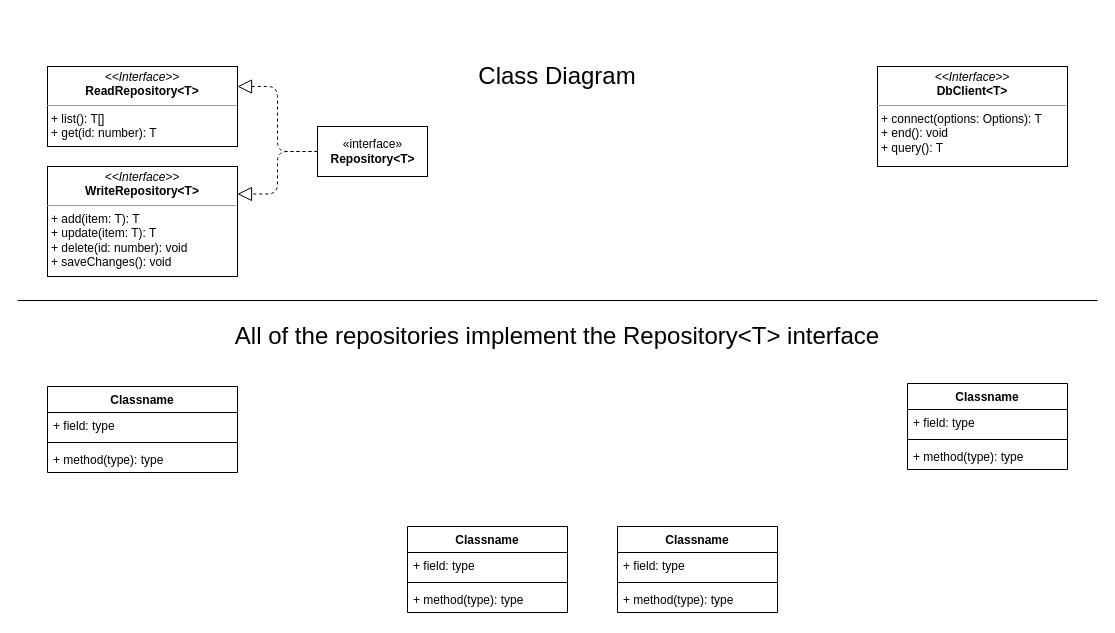
The draw.io diagram database/docs/class-diagram.drawio in vanister/inventory, before the edit. Source tidied: cells renumbered, new cells numbered last; positions are measured from the earlier drawing's top-left corner, leaving out a move shared by most shapes. Both pictures are drawn from the tidied source at 100%, with x=0, y=0 at pixel (17, 66).
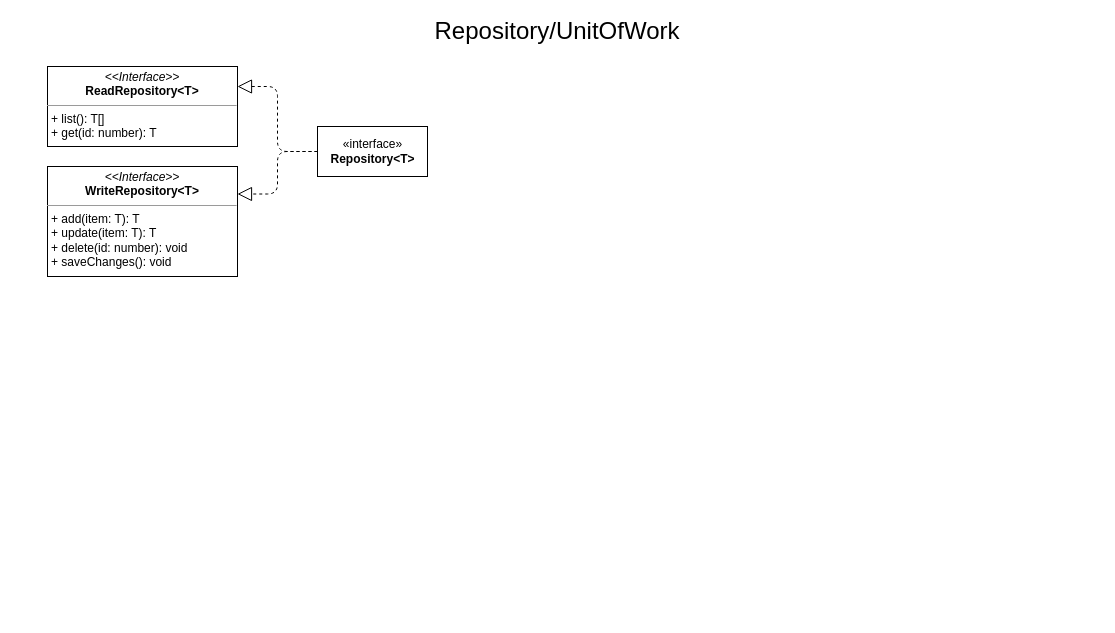
After the change.

Change to the diagram source:
```diff
@@
-    <mxCell id="4" value="Classname" style="swimlane;fontStyle=1;align=center;verticalAlign=top;horizontal=1;startSize=26;" parent="1" vertex="1">
-      <mxGeometry x="890" y="317" width="160" height="86" as="geometry" />
-    </mxCell>
-    <mxCell id="5" value="+ field: type" style="text;strokeColor=none;fillColor=none;align=left;verticalAlign=top;spacingLeft=4;spacingRight=4;overflow=hidden;" parent="4" vertex="1">
-      <mxGeometry y="26" width="160" height="26" as="geometry" />
-    </mxCell>
-    <mxCell id="6" style="line;strokeWidth=1;fillColor=none;align=left;verticalAlign=middle;spacingTop=-1;spacingLeft=3;spacingRight=3;labelPosition=right;" parent="4" vertex="1">
-      <mxGeometry y="52" width="160" height="8" as="geometry" />
-    </mxCell>
-    <mxCell id="7" value="+ method(type): type" style="text;strokeColor=none;fillColor=none;align=left;verticalAlign=top;spacingLeft=4;spacingRight=4;overflow=hidden;" parent="4" vertex="1">
-      <mxGeometry y="60" width="160" height="26" as="geometry" />
-    </mxCell>
-    <mxCell id="8" value="Classname" style="swimlane;fontStyle=1;align=center;verticalAlign=top;horizontal=1;startSize=26;" parent="1" vertex="1">
-      <mxGeometry x="600" y="460" width="160" height="86" as="geometry" />
-    </mxCell>
-    <mxCell id="9" value="+ field: type" style="text;strokeColor=none;fillColor=none;align=left;verticalAlign=top;spacingLeft=4;spacingRight=4;overflow=hidden;" parent="8" vertex="1">
-      <mxGeometry y="26" width="160" height="26" as="geometry" />
-    </mxCell>
-    <mxCell id="10" style="line;strokeWidth=1;fillColor=none;align=left;verticalAlign=middle;spacingTop=-1;spacingLeft=3;spacingRight=3;labelPosition=right;" parent="8" vertex="1">
-      <mxGeometry y="52" width="160" height="8" as="geometry" />
-    </mxCell>
-    <mxCell id="11" value="+ method(type): type" style="text;strokeColor=none;fillColor=none;align=left;verticalAlign=top;spacingLeft=4;spacingRight=4;overflow=hidden;" parent="8" vertex="1">
-      <mxGeometry y="60" width="160" height="26" as="geometry" />
-    </mxCell>
-    <mxCell id="12" value="Classname" style="swimlane;fontStyle=1;align=center;verticalAlign=top;horizontal=1;startSize=26;" parent="1" vertex="1">
-      <mxGeometry x="30" y="320" width="190" height="86" as="geometry" />
-    </mxCell>
-    <mxCell id="13" value="+ field: type" style="text;strokeColor=none;fillColor=none;align=left;verticalAlign=top;spacingLeft=4;spacingRight=4;overflow=hidden;" parent="12" vertex="1">
-      <mxGeometry y="26" width="190" height="26" as="geometry" />
-    </mxCell>
-    <mxCell id="14" style="line;strokeWidth=1;fillColor=none;align=left;verticalAlign=middle;spacingTop=-1;spacingLeft=3;spacingRight=3;labelPosition=right;" parent="12" vertex="1">
-      <mxGeometry y="52" width="190" height="8" as="geometry" />
-    </mxCell>
-    <mxCell id="15" value="+ method(type): type" style="text;strokeColor=none;fillColor=none;align=left;verticalAlign=top;spacingLeft=4;spacingRight=4;overflow=hidden;" parent="12" vertex="1">
-      <mxGeometry y="60" width="190" height="26" as="geometry" />
-    </mxCell>
-    <mxCell id="16" value="Classname" style="swimlane;fontStyle=1;align=center;verticalAlign=top;horizontal=1;startSize=26;" parent="1" vertex="1">
-      <mxGeometry x="390" y="460" width="160" height="86" as="geometry" />
-    </mxCell>
-    <mxCell id="17" value="+ field: type" style="text;strokeColor=none;fillColor=none;align=left;verticalAlign=top;spacingLeft=4;spacingRight=4;overflow=hidden;" parent="16" vertex="1">
-      <mxGeometry y="26" width="160" height="26" as="geometry" />
-    </mxCell>
-    <mxCell id="18" style="line;strokeWidth=1;fillColor=none;align=left;verticalAlign=middle;spacingTop=-1;spacingLeft=3;spacingRight=3;labelPosition=right;" parent="16" vertex="1">
-      <mxGeometry y="52" width="160" height="8" as="geometry" />
-    </mxCell>
-    <mxCell id="19" value="+ method(type): type" style="text;strokeColor=none;fillColor=none;align=left;verticalAlign=top;spacingLeft=4;spacingRight=4;overflow=hidden;" parent="16" vertex="1">
-      <mxGeometry y="60" width="160" height="26" as="geometry" />
-    </mxCell>
-    <mxCell id="20" style="line;strokeWidth=1;fillColor=none;align=left;verticalAlign=middle;spacingTop=-1;spacingLeft=3;spacingRight=3;labelPosition=right;" parent="1" vertex="1">
-      <mxGeometry y="230" width="1080" height="8" as="geometry" />
-    </mxCell>
-    <mxCell id="21" value="All of the repositories implement the Repository&amp;lt;T&amp;gt; interface" style="text;html=1;strokeColor=none;fillColor=none;align=center;verticalAlign=middle;whiteSpace=wrap;rounded=0;fontSize=24;" parent="1" vertex="1">
-      <mxGeometry x="145" y="260" width="790" height="20" as="geometry" />
-    </mxCell>
-    <mxCell id="22" value="&lt;p style=&quot;margin: 0px ; margin-top: 4px ; text-align: center&quot;&gt;&lt;i&gt;&amp;lt;&amp;lt;Interface&amp;gt;&amp;gt;&lt;/i&gt;&lt;br&gt;&lt;b&gt;DbClient&amp;lt;T&amp;gt;&lt;/b&gt;&lt;/p&gt;&lt;hr size=&quot;1&quot;&gt;&lt;p style=&quot;margin: 0px ; margin-left: 4px&quot;&gt;+ connect(options: Options): T&lt;br&gt;+ end(): void&lt;/p&gt;&lt;p style=&quot;margin: 0px ; margin-left: 4px&quot;&gt;+ query(): T&lt;/p&gt;" style="verticalAlign=top;align=left;overflow=fill;fontSize=12;fontFamily=Helvetica;html=1;" parent="1" vertex="1">
-      <mxGeometry x="860" width="190" height="100" as="geometry" />
-    </mxCell>
-    <mxCell id="23" value="Class Diagram" style="text;html=1;strokeColor=none;fillColor=none;align=center;verticalAlign=middle;whiteSpace=wrap;rounded=0;fontSize=24;" parent="1" vertex="1">
-      <mxGeometry x="430" width="220" height="20" as="geometry" />
+    <mxCell id="23" value="Repository/UnitOfWork" style="text;html=1;strokeColor=none;fillColor=none;align=center;verticalAlign=middle;whiteSpace=wrap;rounded=0;fontSize=24;" parent="1" vertex="1">
+      <mxGeometry x="389.7" y="-45" width="300" height="20" as="geometry" />
     </mxCell>
```
